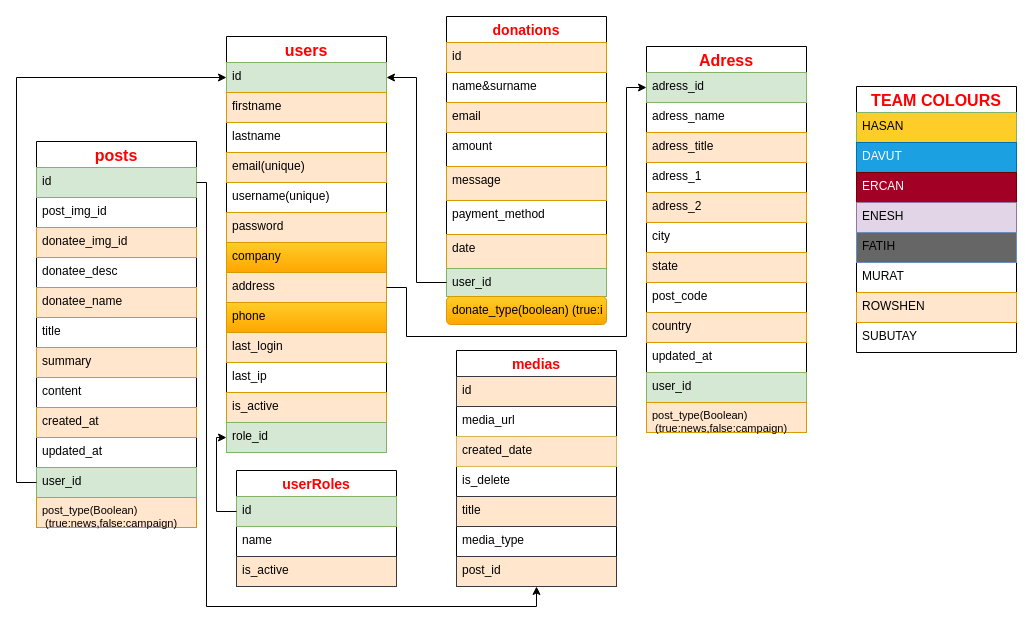
Earlier version of the draw.io diagram page "Page-1" (1 of 2) of Tables.drawio (Hasankaca/Create_tables). Source tidied: cells renumbered, new cells numbered last; positions are measured from the earlier drawing's top-left corner, leaving out a move shared by most shapes. Both pictures are drawn from the tidied source at 100%, with x=0, y=0 at pixel (36, 16).
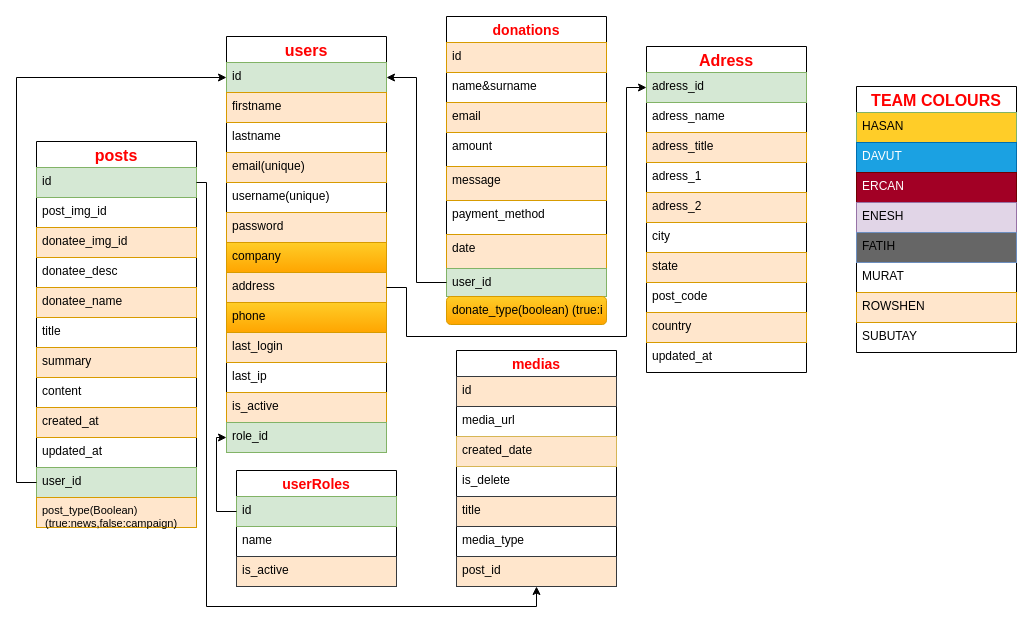
After the change.

Diff of the diagram source:
```diff
@@
     <mxCell id="53" value="Adress" style="swimlane;fontStyle=1;horizontal=1;startSize=26;align=center;fontSize=16;fontColor=#FF0000;" parent="1" vertex="1">
-      <mxGeometry x="610" y="30" width="160" height="386" as="geometry" />
+      <mxGeometry x="610" y="30" width="160" height="326" as="geometry" />
     </mxCell>
@@
-    <mxCell id="64" value="user_id" style="text;strokeColor=#82b366;fillColor=#d5e8d4;spacingLeft=4;spacingRight=4;overflow=hidden;fontSize=12;" parent="53" vertex="1">
-      <mxGeometry y="326" width="160" height="30" as="geometry" />
-    </mxCell>
-    <mxCell id="65" value="post_type(Boolean)&#10; (true:news,false:campaign)" style="text;strokeColor=#d79b00;fillColor=#ffe6cc;spacingLeft=4;spacingRight=4;overflow=hidden;fontSize=11;" parent="53" vertex="1">
-      <mxGeometry y="356" width="160" height="30" as="geometry" />
-    </mxCell>
```
